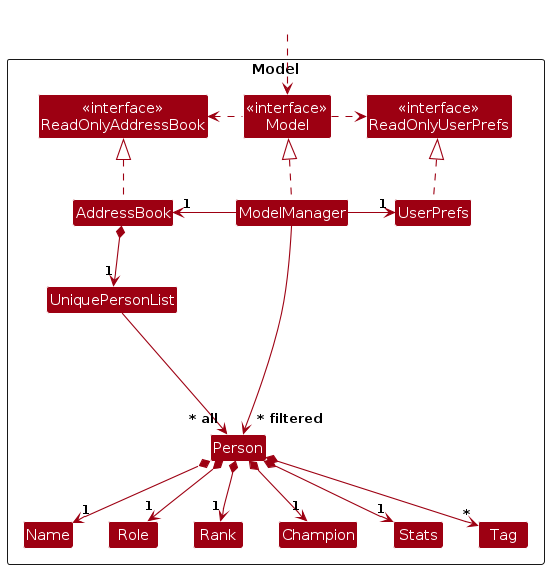
AY2526S1-CS2103T-F08b-1/tp keeps this PlantUML diagram as diagrams/ModelClassDiagram.png. Above is the earlier version. Its source is kept beside it as diagrams/ModelClassDiagram.puml.
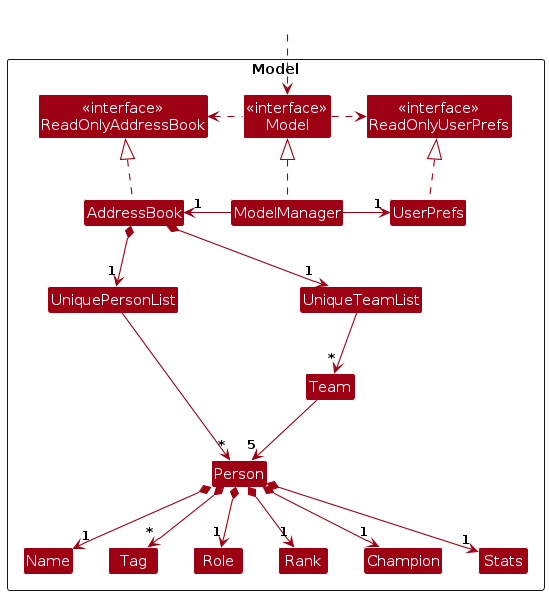
After the commit.

Diff of the diagram source:
```diff
@@ -15,12 +15,13 @@
 Class UniquePersonList
 Class Person
 Class Name
+Class Tag
 Class Role
 Class Rank
 Class Champion
 Class Stats
-Class Tag
-
+Class UniqueTeamList
+Class Team
 Class I #FFFFFF
 }
 
@@ -37,23 +38,23 @@
 UserPrefs .up.|> ReadOnlyUserPrefs
 
 AddressBook *--> "1" UniquePersonList
-UniquePersonList --> "~* all" Person
+
+
+Person -[hidden]up--> I
+UniquePersonList -[hidden]right-> I
+
+AddressBook *--> "1" UniqueTeamList
+
+UniquePersonList --> "*" Person
+UniqueTeamList -down-> "*" Team
+
+Person *--> "*" Tag
 
 Person *--> "1" Name
 Person *--> "1" Role
 Person *--> "1" Rank
 Person *--> "1" Champion
 Person *--> "1" Stats
-Person *--> "*" Tag
 
-Person -[hidden]up--> I
-UniquePersonList -[hidden]right-> I
-
-Name -[hidden]right-> Role
-Role -[hidden]right-> Rank
-Rank -[hidden]right-> Champion
-Champion -[hidden]right-> Stats
-
-
-ModelManager --> "~* filtered" Person
+Team --right> "5" Person
 @enduml
```
